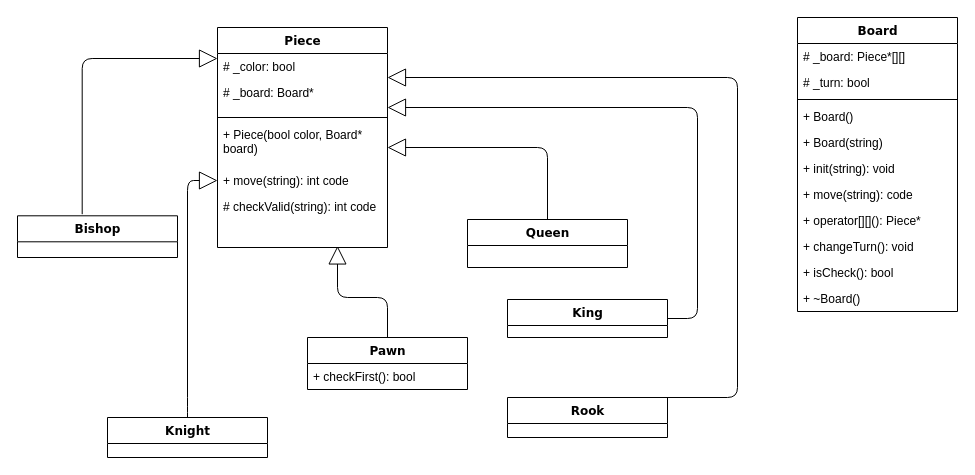
This is ChessProject.drawio from itamar12m/Chess-Project, a draw.io file, before an edit. Source tidied: cells renumbered, new cells numbered last; positions are measured from the earlier drawing's top-left corner, leaving out a move shared by most shapes. Both pictures are drawn from the tidied source at 100%, with x=0, y=0 at pixel (17, 17).
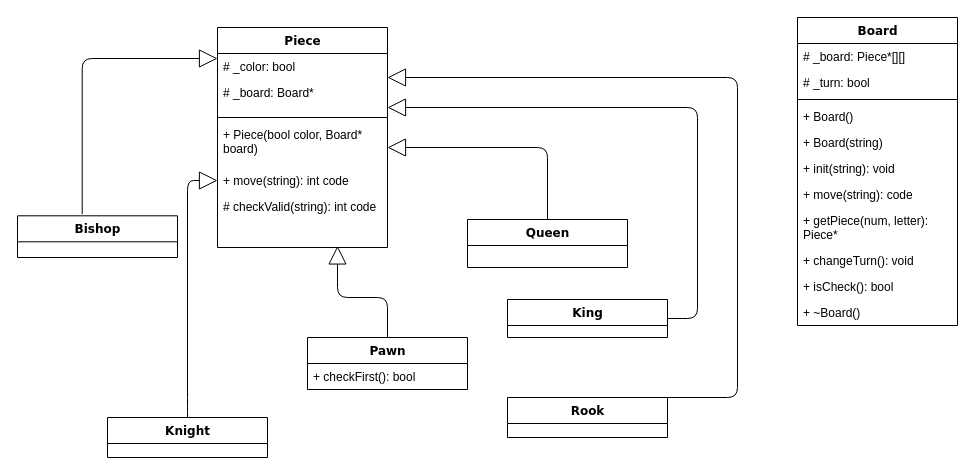
Above is the later version.

What changed in the source:
```diff
@@
     <mxCell id="22" value="Board" style="swimlane;html=1;fontStyle=1;align=center;verticalAlign=top;horizontal=1;startSize=26;swimlaneFillColor=#ffffff;rounded=0;shadow=0;comic=0;labelBackgroundColor=none;strokeWidth=1;fillColor=none;fontFamily=Verdana;fontSize=12;" parent="1" vertex="1">
-      <mxGeometry x="780" width="160" height="294" as="geometry" />
+      <mxGeometry x="780" width="160" height="308" as="geometry" />
     </mxCell>
@@
-    <mxCell id="30" value="+ operator[][](): Piece*" style="text;html=1;strokeColor=none;fillColor=none;align=left;verticalAlign=top;spacingLeft=4;spacingRight=4;whiteSpace=wrap;overflow=hidden;" parent="22" vertex="1">
-      <mxGeometry y="190" width="160" height="26" as="geometry" />
+    <mxCell id="30" value="+ getPiece(num, letter): Piece*" style="text;html=1;strokeColor=none;fillColor=none;align=left;verticalAlign=top;spacingLeft=4;spacingRight=4;whiteSpace=wrap;overflow=hidden;" parent="22" vertex="1">
+      <mxGeometry y="190" width="160" height="40" as="geometry" />
     </mxCell>
     <mxCell id="31" value="+ changeTurn(): void" style="text;html=1;strokeColor=none;fillColor=none;align=left;verticalAlign=top;spacingLeft=4;spacingRight=4;whiteSpace=wrap;overflow=hidden;" parent="22" vertex="1">
-      <mxGeometry y="216" width="160" height="26" as="geometry" />
+      <mxGeometry y="230" width="160" height="26" as="geometry" />
     </mxCell>
     <mxCell id="32" value="+ isCheck(): bool" style="text;html=1;strokeColor=none;fillColor=none;align=left;verticalAlign=top;spacingLeft=4;spacingRight=4;whiteSpace=wrap;overflow=hidden;" parent="22" vertex="1">
-      <mxGeometry y="242" width="160" height="26" as="geometry" />
+      <mxGeometry y="256" width="160" height="26" as="geometry" />
     </mxCell>
     <mxCell id="33" value="+ ~Board()" style="text;html=1;strokeColor=none;fillColor=none;align=left;verticalAlign=top;spacingLeft=4;spacingRight=4;whiteSpace=wrap;overflow=hidden;" parent="22" vertex="1">
-      <mxGeometry y="268" width="160" height="26" as="geometry" />
+      <mxGeometry y="282" width="160" height="26" as="geometry" />
     </mxCell>
```
